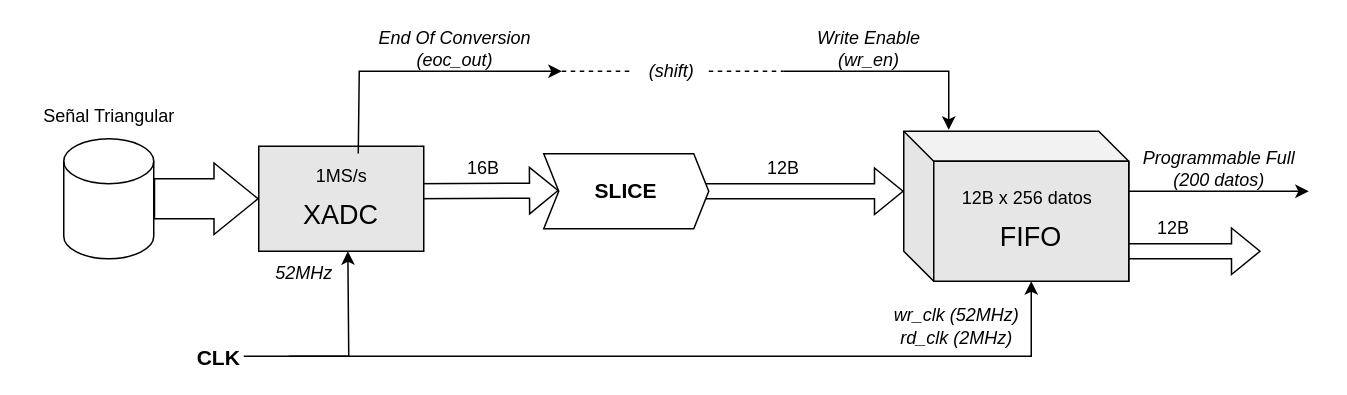
Before: Informe/xadc_fifo.drawio in PaulaBartolomeMora/16-QAM-Transmissor, a draw.io diagram. Source tidied: cells renumbered, new cells numbered last; positions are measured from the earlier drawing's top-left corner, leaving out a move shared by most shapes. Both pictures are drawn from the tidied source at 150%, with x=0, y=0 at pixel (26, 26).
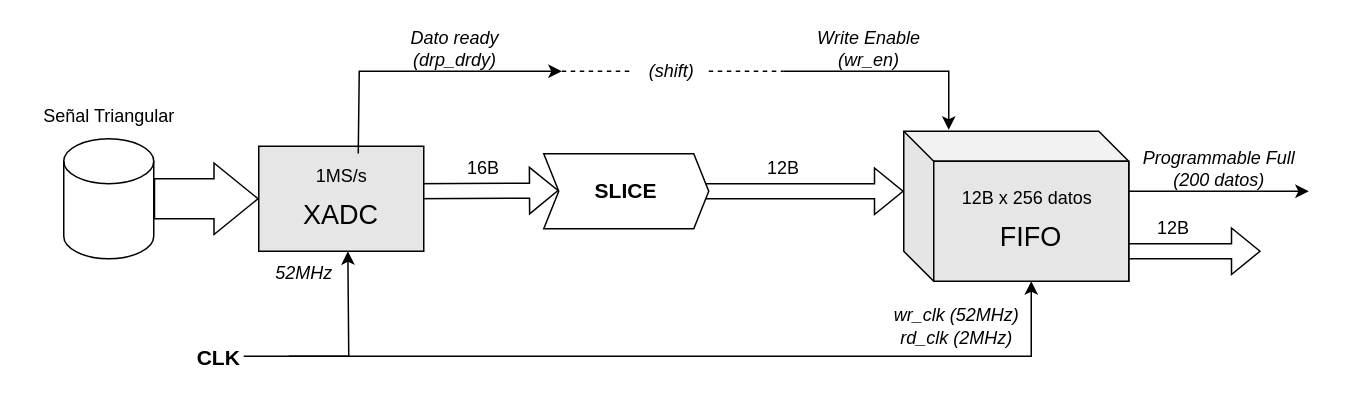
The same diagram, later.

Change to the diagram source:
```diff
@@
-    <mxCell id="23" value="&lt;font style=&quot;font-size: 12px;&quot;&gt;&lt;i&gt;End Of Conversion (eoc_out)&lt;/i&gt;&lt;/font&gt;" style="text;html=1;strokeColor=none;fillColor=none;align=center;verticalAlign=middle;whiteSpace=wrap;rounded=0;" parent="1" vertex="1">
+    <mxCell id="23" value="&lt;font style=&quot;font-size: 12px;&quot;&gt;&lt;i&gt;Dato ready&lt;br&gt;(drp_drdy)&lt;br&gt;&lt;/i&gt;&lt;/font&gt;" style="text;html=1;strokeColor=none;fillColor=none;align=center;verticalAlign=middle;whiteSpace=wrap;rounded=0;" parent="1" vertex="1">
       <mxGeometry x="215" width="142" height="30" as="geometry" />
     </mxCell>
```
